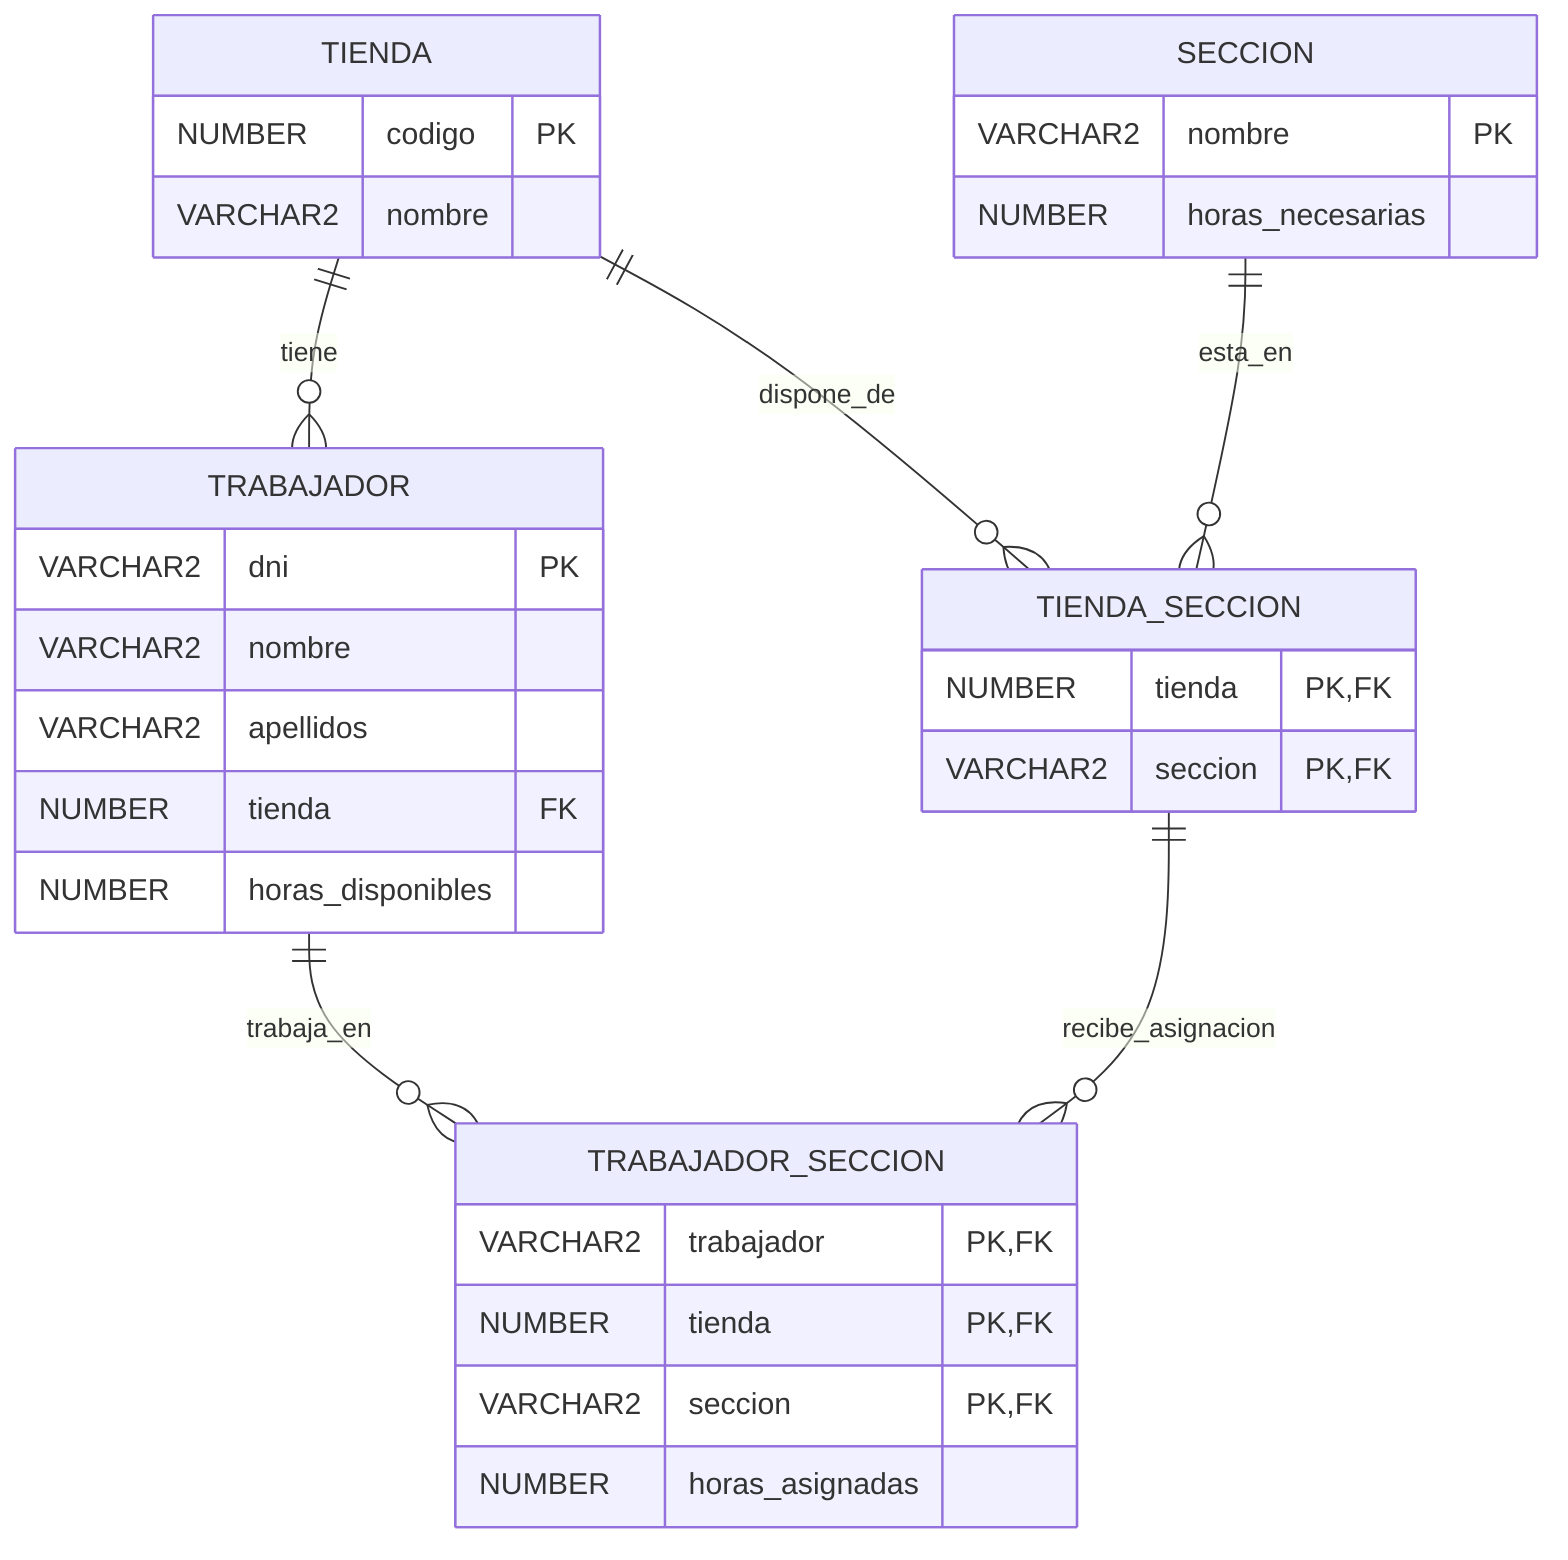
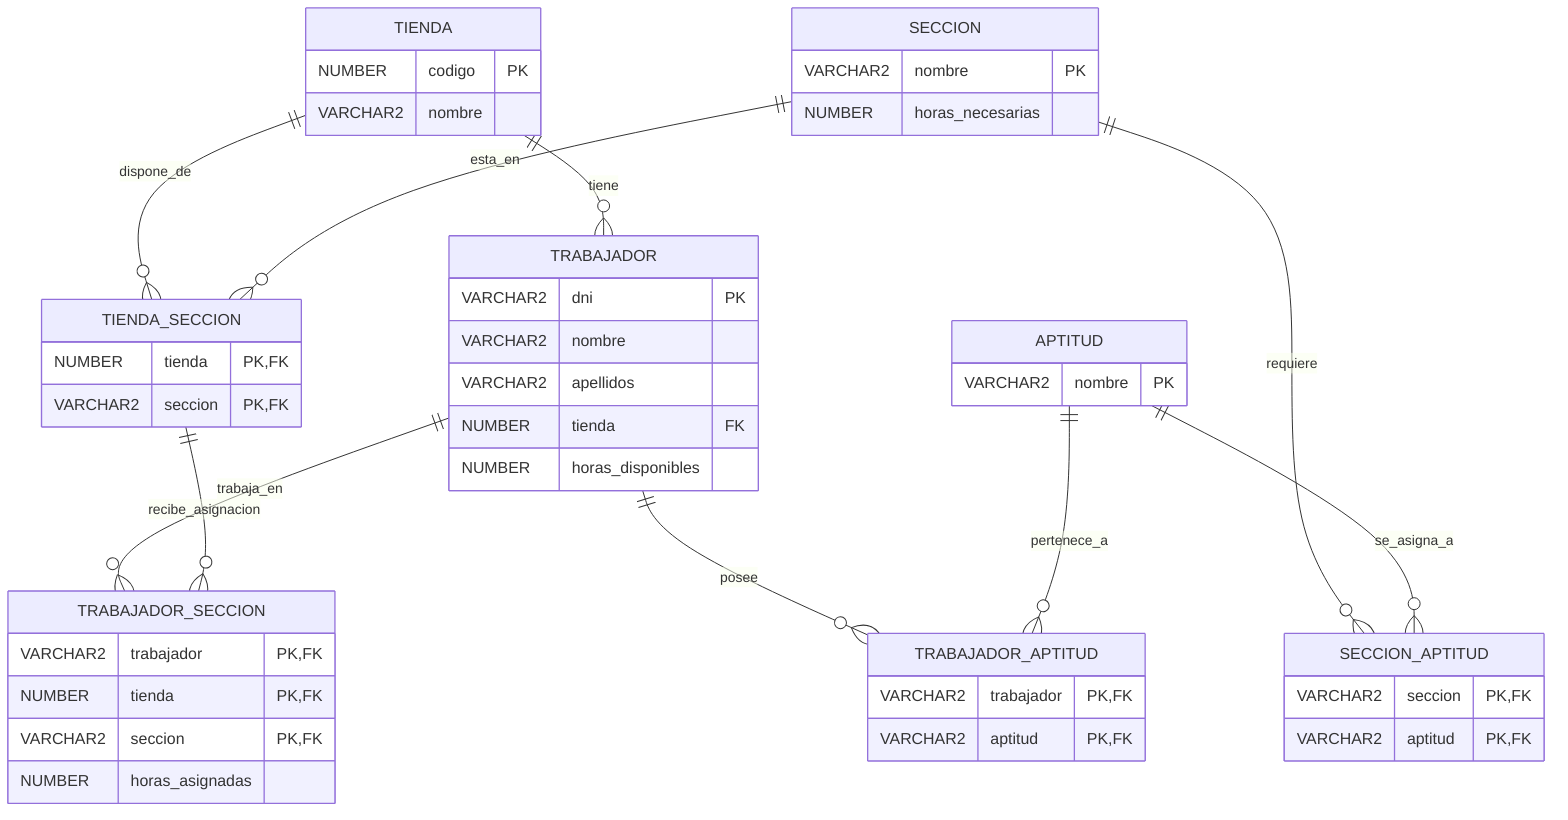
erDiagram
    TIENDA {
        NUMBER codigo PK
        VARCHAR2 nombre
    }

    SECCION {
        VARCHAR2 nombre PK
        NUMBER horas_necesarias
+     }
+ 
+     APTITUD {
+         VARCHAR2 nombre PK
+     }
+ 
+     SECCION_APTITUD {
+         VARCHAR2 seccion PK, FK
+         VARCHAR2 aptitud PK, FK
    }

    TIENDA_SECCION {
        NUMBER tienda PK, FK
        VARCHAR2 seccion PK, FK
    }

    TRABAJADOR {
        VARCHAR2 dni PK
        VARCHAR2 nombre
        VARCHAR2 apellidos
        NUMBER tienda FK
        NUMBER horas_disponibles
    }

+     TRABAJADOR_APTITUD {
+         VARCHAR2 trabajador PK, FK
+         VARCHAR2 aptitud PK, FK
+     }
+ 
    TRABAJADOR_SECCION {
        VARCHAR2 trabajador PK, FK
        NUMBER tienda PK, FK
        VARCHAR2 seccion PK, FK
        NUMBER horas_asignadas
    }

    TIENDA ||--o{ TIENDA_SECCION : dispone_de
    SECCION ||--o{ TIENDA_SECCION : esta_en
+     SECCION ||--o{ SECCION_APTITUD : requiere
+     APTITUD ||--o{ SECCION_APTITUD : se_asigna_a
    TIENDA ||--o{ TRABAJADOR : tiene
+     TRABAJADOR ||--o{ TRABAJADOR_APTITUD : posee
+     APTITUD ||--o{ TRABAJADOR_APTITUD : pertenece_a
    TRABAJADOR ||--o{ TRABAJADOR_SECCION : trabaja_en
    TIENDA_SECCION ||--o{ TRABAJADOR_SECCION : recibe_asignacion
